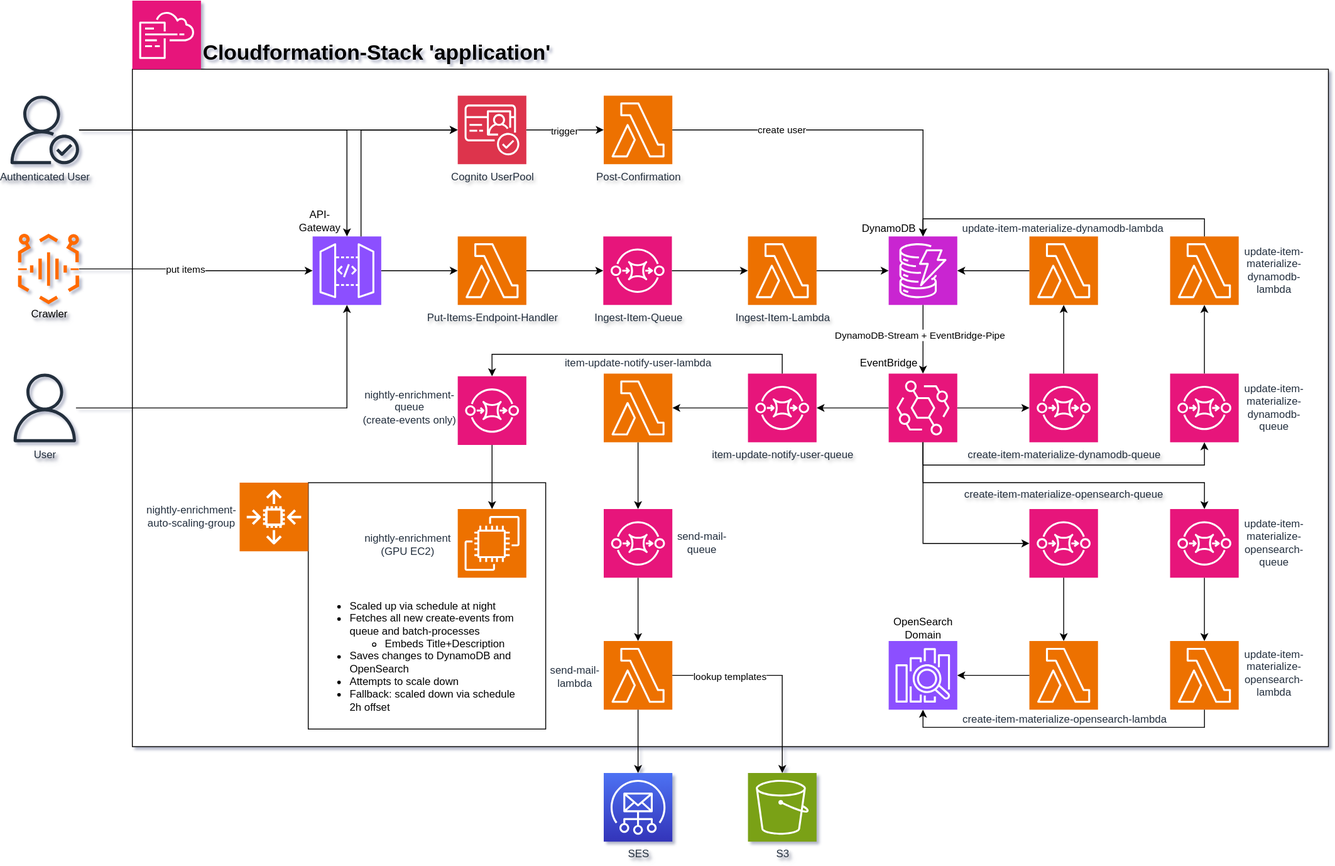
The draw.io diagram docs/arch/arch.drawio.svg in aura-historia/backend, before a commit. Source tidied: cells renumbered, new cells last; positions are measured from the earlier drawing's top-left corner, leaving out a move shared by most shapes.
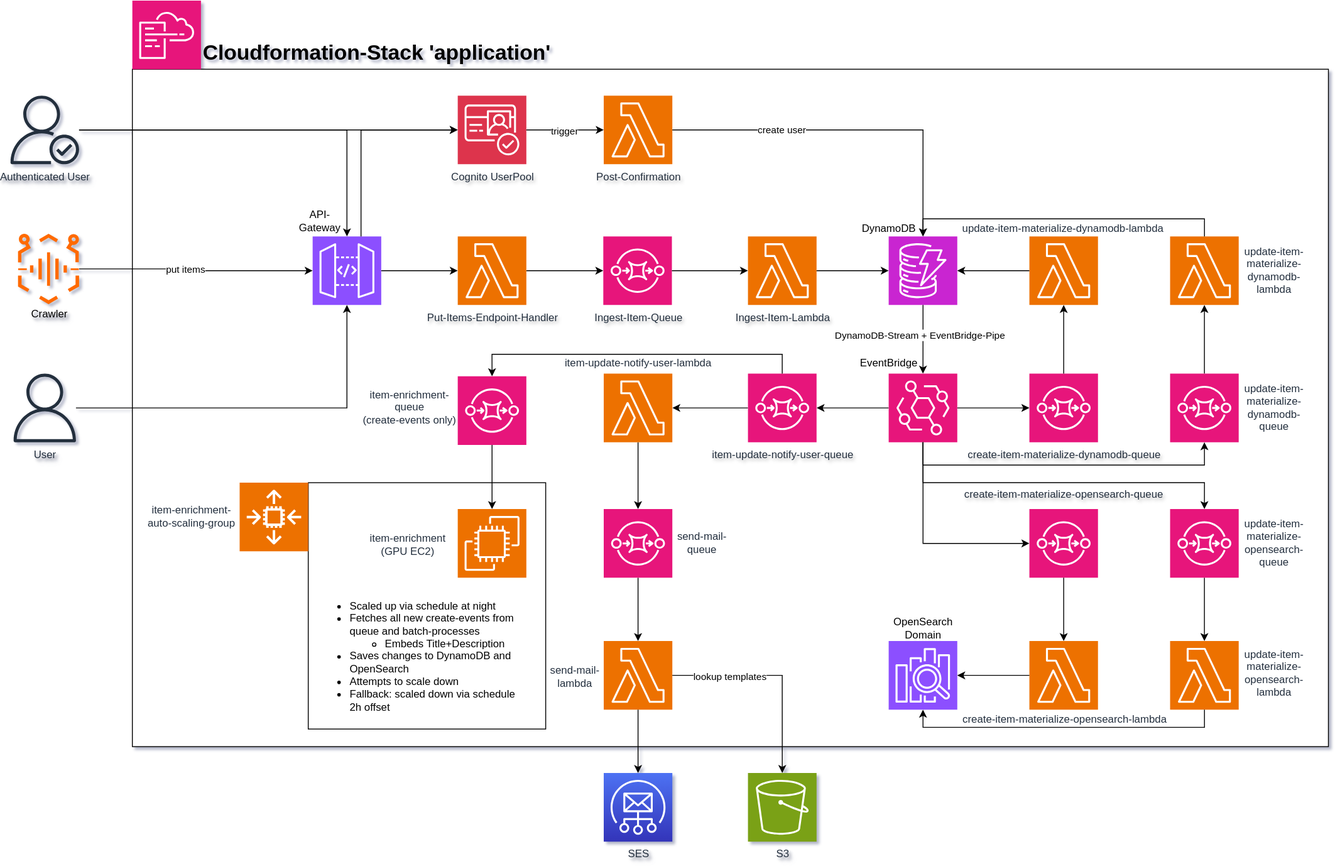
The same diagram one commit later.

Change to the diagram source:
```diff
@@ -287,7 +287,7 @@
         </Array>
       </mxGeometry>
     </mxCell>
-    <mxCell id="83" value="&lt;span style=&quot;color: rgb(35, 47, 62); text-wrap-mode: nowrap;&quot;&gt;nightly-enrichment-&lt;br&gt;queue&lt;/span&gt;&lt;br style=&quot;color: rgb(35, 47, 62); text-wrap-mode: nowrap;&quot;&gt;&lt;span style=&quot;color: rgb(35, 47, 62); text-wrap-mode: nowrap;&quot;&gt;(create-events only)&lt;/span&gt;" style="text;html=1;align=center;verticalAlign=middle;whiteSpace=wrap;rounded=0;" parent="1" vertex="1">
+    <mxCell id="83" value="&lt;span style=&quot;color: rgb(35, 47, 62); text-wrap-mode: nowrap;&quot;&gt;item-enrichment-&lt;br&gt;queue&lt;/span&gt;&lt;br style=&quot;color: rgb(35, 47, 62); text-wrap-mode: nowrap;&quot;&gt;&lt;span style=&quot;color: rgb(35, 47, 62); text-wrap-mode: nowrap;&quot;&gt;(create-events only)&lt;/span&gt;" style="text;html=1;align=center;verticalAlign=middle;whiteSpace=wrap;rounded=0;" parent="1" vertex="1">
       <mxGeometry x="399" y="422" width="110" height="80" as="geometry" />
     </mxCell>
     <mxCell id="84" style="sketch=0;points=[[0,0,0],[0.25,0,0],[0.5,0,0],[0.75,0,0],[1,0,0],[0,1,0],[0.25,1,0],[0.5,1,0],[0.75,1,0],[1,1,0],[0,0.25,0],[0,0.5,0],[0,0.75,0],[1,0.25,0],[1,0.5,0],[1,0.75,0]];outlineConnect=0;fontColor=#232F3E;fillColor=#ED7100;strokeColor=#ffffff;dashed=0;verticalLabelPosition=bottom;verticalAlign=top;align=center;html=1;fontSize=12;fontStyle=0;shape=mxgraph.aws4.resourceIcon;resIcon=mxgraph.aws4.ec2;" parent="1" vertex="1">
@@ -296,13 +296,13 @@
     <mxCell id="85" style="sketch=0;fontColor=#232F3E;fillColor=#ED7100;strokeColor=#ffffff;dashed=0;verticalLabelPosition=bottom;verticalAlign=top;align=center;html=1;fontSize=12;fontStyle=0;shape=mxgraph.aws4.resourceIcon;resIcon=mxgraph.aws4.auto_scaling2;" parent="1" vertex="1">
       <mxGeometry x="261" y="548" width="78" height="78" as="geometry" />
     </mxCell>
-    <mxCell id="86" value="&lt;span style=&quot;color: rgb(35, 47, 62); text-wrap-mode: nowrap;&quot;&gt;nightly-enrichment-&lt;br&gt;auto-scaling-group&lt;/span&gt;" style="text;html=1;align=center;verticalAlign=middle;whiteSpace=wrap;rounded=0;" parent="1" vertex="1">
+    <mxCell id="86" value="&lt;span style=&quot;color: rgb(35, 47, 62); text-wrap-mode: nowrap;&quot;&gt;item-enrichment-&lt;br&gt;auto-scaling-group&lt;/span&gt;" style="text;html=1;align=center;verticalAlign=middle;whiteSpace=wrap;rounded=0;" parent="1" vertex="1">
       <mxGeometry x="151" y="546" width="110" height="80" as="geometry" />
     </mxCell>
     <mxCell id="87" style="edgeStyle=orthogonalEdgeStyle;rounded=0;jettySize=auto;html=1;entryX=0.5;entryY=0;entryDx=0;entryDy=0;entryPerimeter=0;" parent="1" edge="1" source="81" target="84">
       <mxGeometry relative="1" as="geometry" />
     </mxCell>
-    <mxCell id="88" value="&lt;font color=&quot;#232f3e&quot;&gt;&lt;span style=&quot;text-wrap-mode: nowrap;&quot;&gt;nightly-enrichment&lt;br&gt;(GPU EC2)&lt;/span&gt;&lt;/font&gt;" style="text;html=1;align=center;verticalAlign=middle;whiteSpace=wrap;rounded=0;" parent="1" vertex="1">
+    <mxCell id="88" value="&lt;font color=&quot;#232f3e&quot;&gt;&lt;span style=&quot;text-wrap-mode: nowrap;&quot;&gt;item-enrichment&lt;br&gt;(GPU EC2)&lt;/span&gt;&lt;/font&gt;" style="text;html=1;align=center;verticalAlign=middle;whiteSpace=wrap;rounded=0;" parent="1" vertex="1">
       <mxGeometry x="397" y="578" width="110" height="80" as="geometry" />
     </mxCell>
     <mxCell id="89" value="&lt;ul&gt;&lt;li&gt;Scaled up via schedule at night&lt;/li&gt;&lt;li&gt;Fetches all new create-events from queue and batch-processes&lt;br&gt;&lt;/li&gt;&lt;ul&gt;&lt;li&gt;Embeds Title+Description&lt;/li&gt;&lt;/ul&gt;&lt;li&gt;Saves changes to DynamoDB and OpenSearch&lt;/li&gt;&lt;li&gt;Attempts to scale down&lt;/li&gt;&lt;li&gt;Fallback: scaled down via schedule 2h offset&lt;/li&gt;&lt;/ul&gt;" style="text;html=1;align=left;verticalAlign=middle;whiteSpace=wrap;rounded=0;" parent="1" vertex="1">
```
